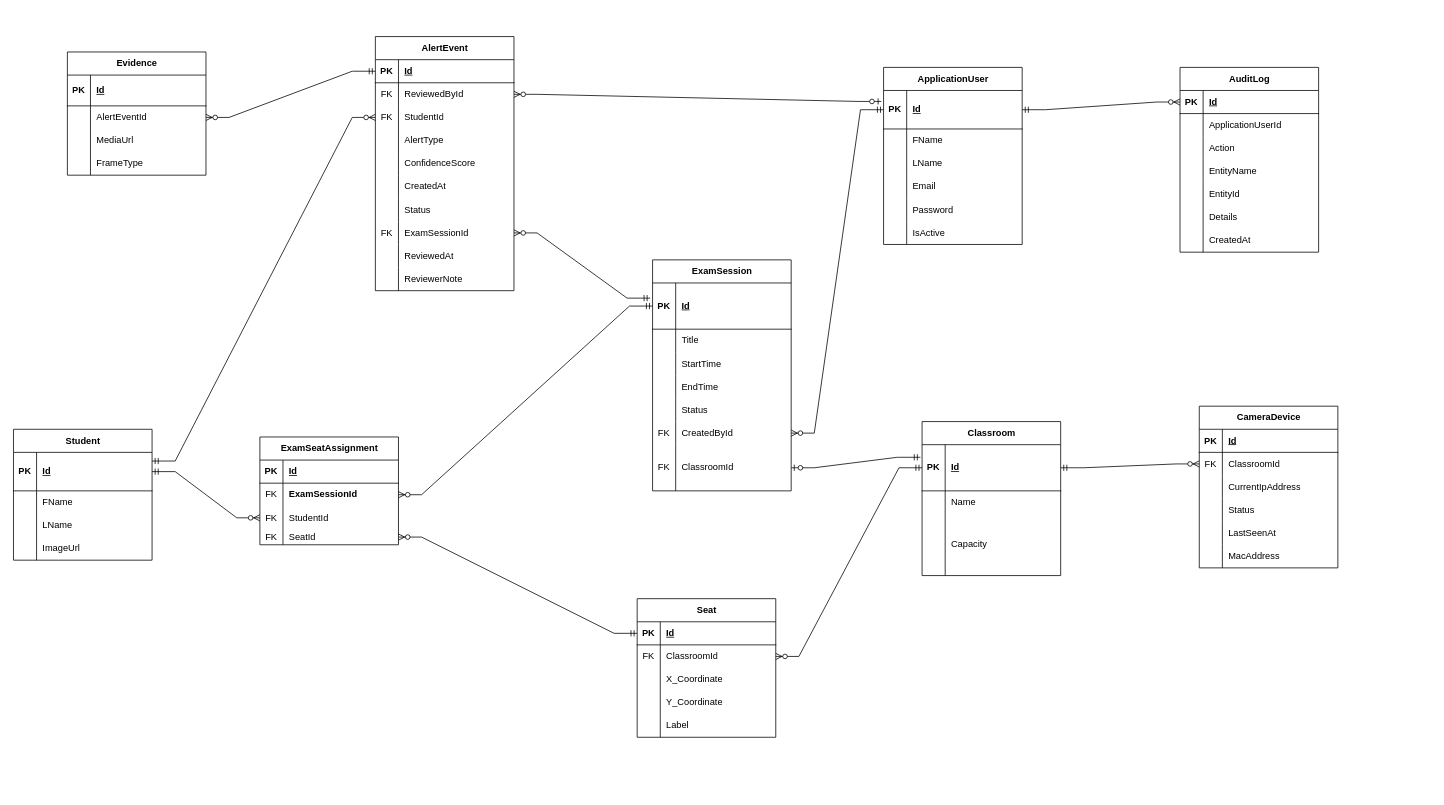
This is src/backend/Database.drawio from omargomah/automated-exam-supervision-system, a draw.io file, before an edit. Source tidied: cells renumbered, new cells numbered last; positions are measured from the earlier drawing's top-left corner, leaving out a move shared by most shapes. Both pictures are drawn from the tidied source at 77%, with x=0, y=0 at pixel (13, 36).
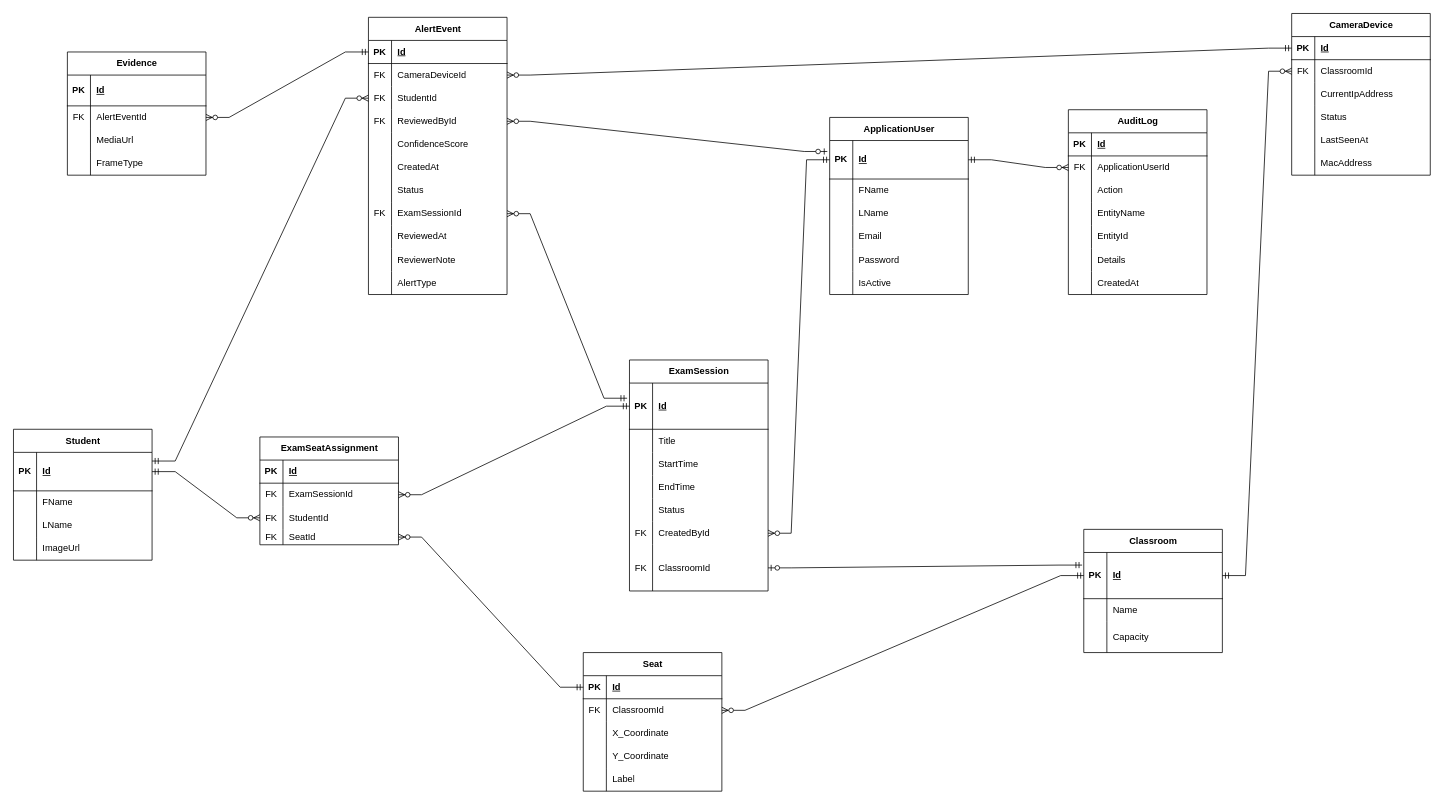
Above is the later version.

Commit message:
fix: make the cameradevice  has a relation with eventalert and fix some Text

The change refers to these unchanged cells:
```xml
<mxCell id="3" style="shape=tableRow;horizontal=0;startSize=0;swimlaneHead=0;swimlaneBody=0;fillColor=none;points=[[0,0.5],[1,0.5]];portConstraint=eastwest;top=0;left=0;right=0;bottom=1;" parent="2" vertex="1">
  <mxGeometry y="30" width="180" height="50" as="geometry" />
</mxCell>
<mxCell id="22" style="shape=tableRow;horizontal=0;startSize=0;swimlaneHead=0;swimlaneBody=0;fillColor=none;points=[[0,0.5],[1,0.5]];portConstraint=eastwest;top=0;left=0;right=0;bottom=1;" parent="21" vertex="1">
  <mxGeometry y="30" width="180" height="30" as="geometry" />
</mxCell>
<mxCell id="86" style="shape=tableRow;horizontal=0;startSize=0;swimlaneHead=0;swimlaneBody=0;fillColor=none;points=[[0,0.5],[1,0.5]];portConstraint=eastwest;top=0;left=0;right=0;bottom=0;" parent="82" vertex="1">
  <mxGeometry y="60" width="180" height="30" as="geometry" />
</mxCell>
<mxCell id="102" style="shape=tableRow;horizontal=0;startSize=0;swimlaneHead=0;swimlaneBody=0;fillColor=none;points=[[0,0.5],[1,0.5]];portConstraint=eastwest;top=0;left=0;right=0;bottom=0;" parent="98" vertex="1">
  <mxGeometry y="60" width="180" height="30" as="geometry" />
</mxCell>
<mxCell id="108" style="shape=tableRow;horizontal=0;startSize=0;swimlaneHead=0;swimlaneBody=0;fillColor=none;points=[[0,0.5],[1,0.5]];portConstraint=eastwest;top=0;left=0;right=0;bottom=0;" parent="98" vertex="1">
  <mxGeometry y="120" width="180" height="30" as="geometry" />
</mxCell>
<mxCell id="158" style="shape=tableRow;horizontal=0;startSize=0;swimlaneHead=0;swimlaneBody=0;fillColor=none;points=[[0,0.5],[1,0.5]];portConstraint=eastwest;top=0;left=0;right=0;bottom=0;" parent="154" vertex="1">
  <mxGeometry y="70" width="180" height="30" as="geometry" />
</mxCell>
<mxCell id="168" style="shape=tableRow;horizontal=0;startSize=0;swimlaneHead=0;swimlaneBody=0;fillColor=none;points=[[0,0.5],[1,0.5]];portConstraint=eastwest;top=0;left=0;right=0;bottom=1;" parent="167" vertex="1">
  <mxGeometry y="30" width="180" height="30" as="geometry" />
</mxCell>
<mxCell id="171" style="shape=tableRow;horizontal=0;startSize=0;swimlaneHead=0;swimlaneBody=0;fillColor=none;points=[[0,0.5],[1,0.5]];portConstraint=eastwest;top=0;left=0;right=0;bottom=0;" parent="167" vertex="1">
  <mxGeometry y="60" width="180" height="30" as="geometry" />
</mxCell>
```

Diff of the diagram source:
```diff
@@
     <mxCell id="2" value="ApplicationUser" style="shape=table;startSize=30;childLayout=tableLayout;rowLines=0;fontStyle=1;align=center;html=1;" parent="1" vertex="1">
-      <mxGeometry x="1130" y="40" width="180" height="230" as="geometry" />
+      <mxGeometry x="1060" y="105" width="180" height="230" as="geometry" />
     </mxCell>
@@
     <mxCell id="21" value="CameraDevice" style="shape=table;startSize=30;childLayout=tableLayout;rowLines=0;fontStyle=1;align=center;html=1;" parent="1" vertex="1">
-      <mxGeometry x="1540" y="480" width="180" height="210" as="geometry" />
+      <mxGeometry x="1660" y="-30" width="180" height="210" as="geometry" />
     </mxCell>
@@
     <mxCell id="53" value="Classroom" style="shape=table;startSize=30;childLayout=tableLayout;rowLines=0;fontStyle=1;align=center;html=1;" parent="1" vertex="1">
-      <mxGeometry x="1180" y="500" width="180" height="200" as="geometry" />
+      <mxGeometry x="1390" y="640" width="180" height="160" as="geometry" />
     </mxCell>
@@
     <mxCell id="60" style="shape=tableRow;horizontal=0;startSize=0;swimlaneHead=0;swimlaneBody=0;fillColor=none;top=0;left=0;right=0;bottom=0;" parent="53" vertex="1">
-      <mxGeometry y="120" width="180" height="80" as="geometry" />
+      <mxGeometry y="120" width="180" height="40" as="geometry" />
     </mxCell>
     <mxCell id="61" style="shape=partialRectangle;fillColor=none;top=0;left=0;bottom=0;right=0;overflow=hidden;whiteSpace=wrap;html=1;" parent="60" vertex="1">
-      <mxGeometry width="30" height="80" as="geometry" />
+      <mxGeometry width="30" height="40" as="geometry" />
     </mxCell>
     <mxCell id="62" value="Capacity" style="shape=partialRectangle;fillColor=none;top=0;left=0;bottom=0;right=0;align=left;spacingLeft=6;overflow=hidden;whiteSpace=wrap;html=1;" parent="60" vertex="1">
-      <mxGeometry x="30" width="150" height="80" as="geometry" />
+      <mxGeometry x="30" width="150" height="40" as="geometry" />
     </mxCell>
     <mxCell id="63" value="Seat" style="shape=table;startSize=30;childLayout=tableLayout;rowLines=0;fontStyle=1;align=center;html=1;" parent="1" vertex="1">
-      <mxGeometry x="810" y="730" width="180" height="180" as="geometry" />
+      <mxGeometry x="740" y="800" width="180" height="180" as="geometry" />
     </mxCell>
@@
-    <mxCell id="88" value="&lt;b&gt;ExamSessionId&lt;/b&gt;" style="shape=partialRectangle;fillColor=none;top=0;left=0;bottom=0;right=0;align=left;spacingLeft=6;overflow=hidden;whiteSpace=wrap;html=1;" parent="86" vertex="1">
+    <mxCell id="88" value="ExamSessionId" style="shape=partialRectangle;fillColor=none;top=0;left=0;bottom=0;right=0;align=left;spacingLeft=6;overflow=hidden;whiteSpace=wrap;html=1;" parent="86" vertex="1">
       <mxGeometry x="30" width="150" height="30" as="geometry" />
     </mxCell>
@@
     <mxCell id="98" value="AlertEvent" style="shape=table;startSize=30;childLayout=tableLayout;rowLines=0;fontStyle=1;align=center;html=1;" parent="1" vertex="1">
-      <mxGeometry x="470" width="180" height="330" as="geometry" />
+      <mxGeometry x="461" y="-25" width="180" height="360" as="geometry" />
     </mxCell>
@@
-    <mxCell id="104" value="ReviewedById" style="shape=partialRectangle;fillColor=none;top=0;left=0;bottom=0;right=0;align=left;spacingLeft=6;overflow=hidden;whiteSpace=wrap;html=1;" parent="102" vertex="1">
+    <mxCell id="104" value="CameraDeviceId" style="shape=partialRectangle;fillColor=none;top=0;left=0;bottom=0;right=0;align=left;spacingLeft=6;overflow=hidden;whiteSpace=wrap;html=1;" parent="102" vertex="1">
       <mxGeometry x="30" width="150" height="30" as="geometry" />
     </mxCell>
@@
-    <mxCell id="109" style="shape=partialRectangle;fillColor=none;top=0;left=0;bottom=0;right=0;overflow=hidden;whiteSpace=wrap;html=1;" parent="108" vertex="1">
+    <mxCell id="109" value="FK" style="shape=partialRectangle;fillColor=none;top=0;left=0;bottom=0;right=0;overflow=hidden;whiteSpace=wrap;html=1;" parent="108" vertex="1">
       <mxGeometry width="30" height="30" as="geometry" />
     </mxCell>
-    <mxCell id="110" value="AlertType" style="shape=partialRectangle;fillColor=none;top=0;left=0;bottom=0;right=0;align=left;spacingLeft=6;overflow=hidden;whiteSpace=wrap;html=1;" parent="108" vertex="1">
+    <mxCell id="110" value="ReviewedById" style="shape=partialRectangle;fillColor=none;top=0;left=0;bottom=0;right=0;align=left;spacingLeft=6;overflow=hidden;whiteSpace=wrap;html=1;" parent="108" vertex="1">
       <mxGeometry x="30" width="150" height="30" as="geometry" />
     </mxCell>
@@
+    <mxCell id="192" style="shape=tableRow;horizontal=0;startSize=0;swimlaneHead=0;swimlaneBody=0;fillColor=none;top=0;left=0;right=0;bottom=0;" parent="98" vertex="1">
+      <mxGeometry y="330" width="180" height="30" as="geometry" />
+    </mxCell>
+    <mxCell id="193" style="shape=partialRectangle;fillColor=none;top=0;left=0;bottom=0;right=0;overflow=hidden;whiteSpace=wrap;html=1;" parent="192" vertex="1">
+      <mxGeometry width="30" height="30" as="geometry" />
+    </mxCell>
+    <mxCell id="194" value="AlertType" style="shape=partialRectangle;fillColor=none;top=0;left=0;bottom=0;right=0;align=left;spacingLeft=6;overflow=hidden;whiteSpace=wrap;html=1;" parent="192" vertex="1">
+      <mxGeometry x="30" width="150" height="30" as="geometry" />
+    </mxCell>
     <mxCell id="129" value="ExamSession" style="shape=table;startSize=30;childLayout=tableLayout;rowLines=0;fontStyle=1;align=center;html=1;" parent="1" vertex="1">
-      <mxGeometry x="830" y="290" width="180" height="300" as="geometry" />
+      <mxGeometry x="800" y="420" width="180" height="300" as="geometry" />
     </mxCell>
@@
-    <mxCell id="152" style="edgeStyle=entityRelationEdgeStyle;fontSize=12;html=1;endArrow=ERzeroToMany;startArrow=ERzeroToOne;rounded=0;entryX=1;entryY=0.5;entryDx=0;entryDy=0;exitX=-0.017;exitY=0.285;exitDx=0;exitDy=0;exitPerimeter=0;" parent="1" edge="1" source="3" target="102">
+    <mxCell id="152" style="edgeStyle=entityRelationEdgeStyle;fontSize=12;html=1;endArrow=ERzeroToMany;startArrow=ERzeroToOne;rounded=0;entryX=1;entryY=0.5;entryDx=0;entryDy=0;exitX=-0.017;exitY=0.285;exitDx=0;exitDy=0;exitPerimeter=0;" parent="1" edge="1" source="3" target="108">
       <mxGeometry relative="1" as="geometry" />
     </mxCell>
@@
-    <mxCell id="159" style="shape=partialRectangle;fillColor=none;top=0;left=0;bottom=0;right=0;overflow=hidden;whiteSpace=wrap;html=1;" parent="158" vertex="1">
+    <mxCell id="159" value="FK" style="shape=partialRectangle;fillColor=none;top=0;left=0;bottom=0;right=0;overflow=hidden;whiteSpace=wrap;html=1;" parent="158" vertex="1">
       <mxGeometry width="30" height="30" as="geometry" />
     </mxCell>
@@
     <mxCell id="167" value="AuditLog" style="shape=table;startSize=30;childLayout=tableLayout;rowLines=0;fontStyle=1;align=center;html=1;" parent="1" vertex="1">
-      <mxGeometry x="1515" y="40" width="180" height="240" as="geometry" />
+      <mxGeometry x="1370" y="95" width="180" height="240" as="geometry" />
     </mxCell>
@@
-    <mxCell id="172" style="shape=partialRectangle;fillColor=none;top=0;left=0;bottom=0;right=0;overflow=hidden;whiteSpace=wrap;html=1;" parent="171" vertex="1">
+    <mxCell id="172" value="FK" style="shape=partialRectangle;fillColor=none;top=0;left=0;bottom=0;right=0;overflow=hidden;whiteSpace=wrap;html=1;" parent="171" vertex="1">
       <mxGeometry width="30" height="30" as="geometry" />
     </mxCell>
@@
-    <mxCell id="189" style="edgeStyle=entityRelationEdgeStyle;fontSize=12;html=1;endArrow=ERzeroToMany;startArrow=ERmandOne;rounded=0;exitX=1;exitY=0.5;exitDx=0;exitDy=0;entryX=0;entryY=0.5;entryDx=0;entryDy=0;" parent="1" edge="1" source="3" target="168">
+    <mxCell id="189" style="edgeStyle=entityRelationEdgeStyle;fontSize=12;html=1;endArrow=ERzeroToMany;startArrow=ERmandOne;rounded=0;exitX=1;exitY=0.5;exitDx=0;exitDy=0;entryX=0;entryY=0.5;entryDx=0;entryDy=0;" parent="1" edge="1" source="3" target="171">
       <mxGeometry relative="1" as="geometry" />
     </mxCell>
@@
+    <mxCell id="195" style="edgeStyle=entityRelationEdgeStyle;fontSize=12;html=1;endArrow=ERzeroToMany;startArrow=ERmandOne;rounded=0;entryX=1;entryY=0.5;entryDx=0;entryDy=0;exitX=0;exitY=0.5;exitDx=0;exitDy=0;" parent="1" edge="1" source="22" target="102">
+      <mxGeometry relative="1" as="geometry">
+        <Array as="points">
+          <mxPoint x="1120" y="290" />
+          <mxPoint x="860" y="200" />
+        </Array>
+      </mxGeometry>
+    </mxCell>
```
